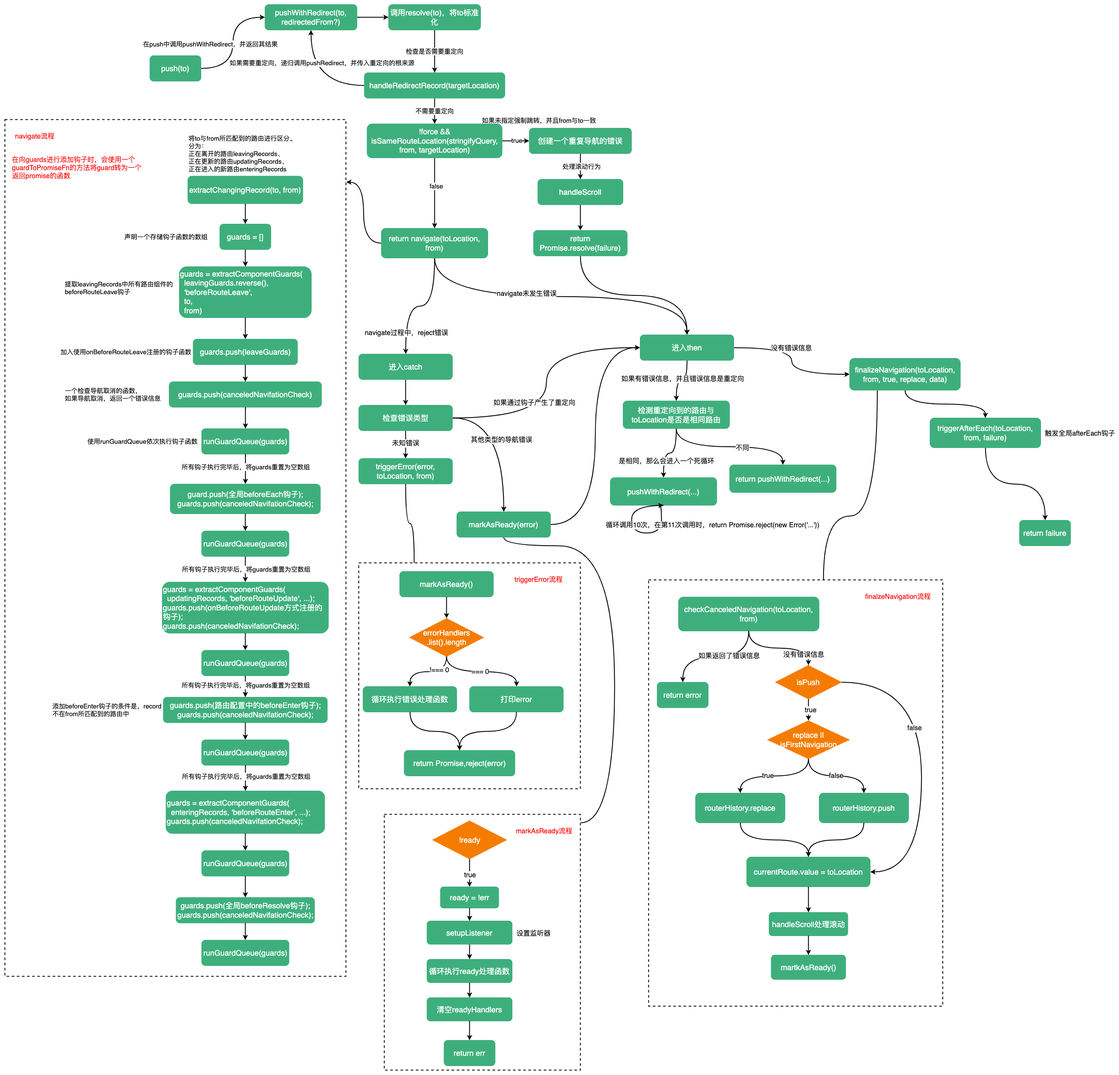
This is docs/images/push.png from MAXLZ1/blog, a draw.io export, as it was before one commit. Source tidied: cells renumbered, new cells last; positions are measured from the earlier drawing's top-left corner, leaving out a move shared by most shapes.
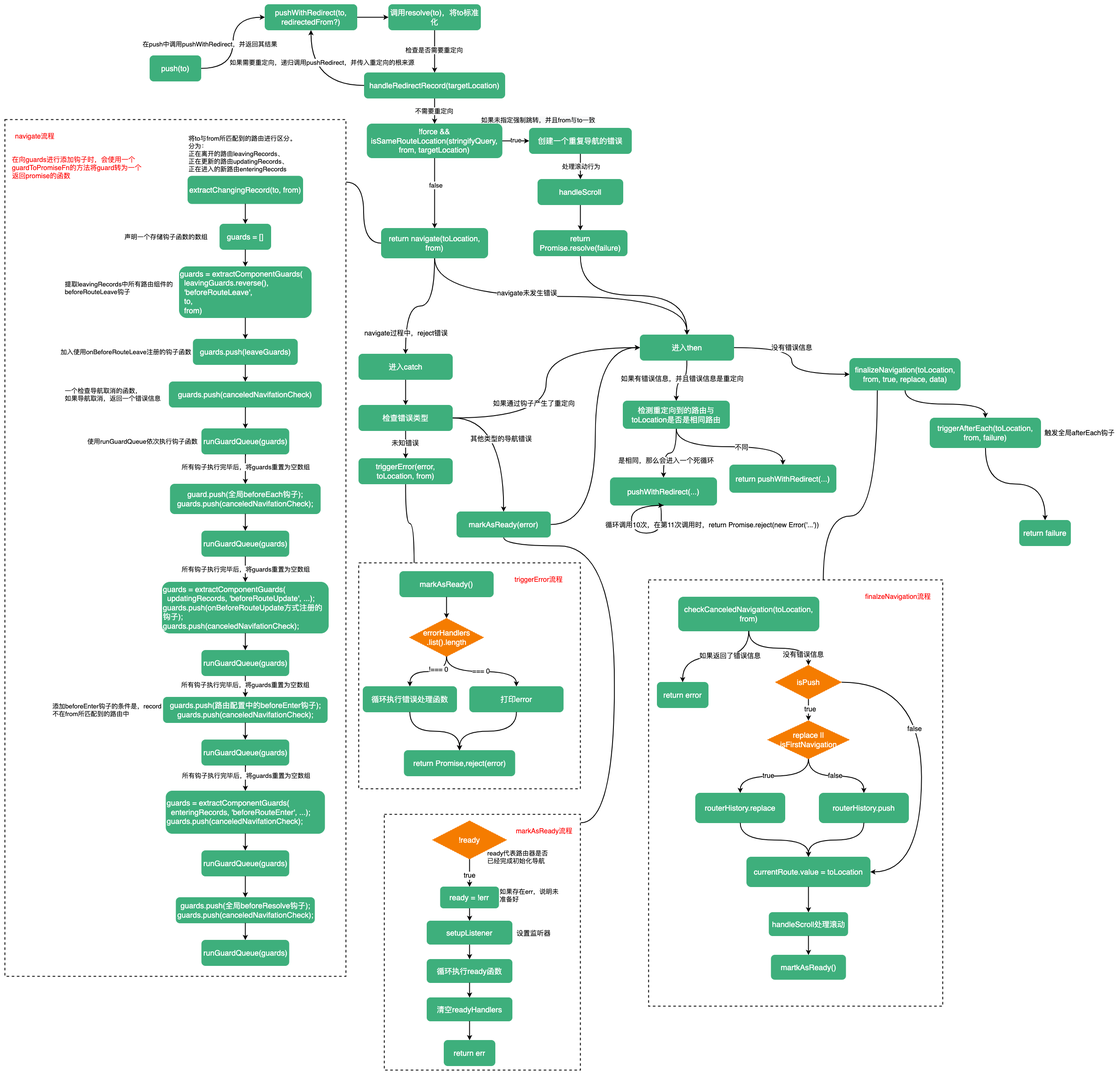
After the commit.

Diff of the diagram source:
```diff
@@ -84,7 +84,7 @@
     <mxCell id="27" value="return Promise.resolve(failure)" style="whiteSpace=wrap;html=1;fontSize=18;fillColor=#3EAF7C;strokeColor=#3EAF7C;fontColor=#FFFFFF;rounded=1;sketch=0;glass=0;" parent="1" vertex="1">
       <mxGeometry x="1240" y="530" width="220" height="60" as="geometry" />
     </mxCell>
-    <mxCell id="28" style="edgeStyle=orthogonalEdgeStyle;curved=1;rounded=0;jettySize=auto;html=1;exitX=0;exitY=0.5;exitDx=0;exitDy=0;entryX=1.001;entryY=0.073;entryDx=0;entryDy=0;entryPerimeter=0;fontSize=15;fontColor=#000000;endArrow=classic;endFill=1;strokeWidth=2;" parent="1" edge="1" source="33" target="54">
+    <mxCell id="28" style="edgeStyle=orthogonalEdgeStyle;curved=1;rounded=0;jettySize=auto;html=1;exitX=0;exitY=0.5;exitDx=0;exitDy=0;entryX=1.001;entryY=0.073;entryDx=0;entryDy=0;entryPerimeter=0;fontSize=15;fontColor=#000000;endArrow=none;endFill=0;strokeWidth=2;" parent="1" edge="1" source="33" target="54">
       <mxGeometry relative="1" as="geometry" />
     </mxCell>
     <mxCell id="29" style="edgeStyle=orthogonalEdgeStyle;curved=1;rounded=0;jettySize=auto;html=1;exitX=0.5;exitY=1;exitDx=0;exitDy=0;fontSize=16;fontColor=#FF0000;endArrow=classic;endFill=1;strokeWidth=2;" parent="1" edge="1" source="33" target="35">
@@ -546,19 +546,13 @@
     <mxCell id="166" style="rounded=0;whiteSpace=wrap;html=1;dashed=1;fontSize=16;fontColor=#000000;strokeWidth=2;fillColor=none;" parent="165" vertex="1">
       <mxGeometry width="460" height="600" as="geometry" />
     </mxCell>
-    <mxCell id="167" value="!ready" style="rhombus;whiteSpace=wrap;html=1;rounded=0;glass=0;sketch=0;strokeColor=#F57C00;fillColor=#F57C00;fontSize=18;fontColor=#FFFFFF;dashed=1;" parent="165" vertex="1">
-      <mxGeometry x="112.5" y="15" width="175" height="90" as="geometry" />
-    </mxCell>
-    <mxCell id="168" value="ready = !err" style="whiteSpace=wrap;html=1;fontSize=18;fillColor=#3EAF7C;strokeColor=#3EAF7C;fontColor=#FFFFFF;rounded=1;sketch=0;glass=0;" parent="165" vertex="1">
-      <mxGeometry x="131.5" y="170" width="137" height="50" as="geometry" />
-    </mxCell>
     <mxCell id="169" style="edgeStyle=orthogonalEdgeStyle;curved=1;rounded=0;jettySize=auto;html=1;exitX=0.5;exitY=1;exitDx=0;exitDy=0;entryX=0.5;entryY=0;entryDx=0;entryDy=0;fontSize=16;fontColor=#000000;endArrow=classic;endFill=1;strokeWidth=2;" parent="165" edge="1" source="167" target="168">
       <mxGeometry relative="1" as="geometry" />
     </mxCell>
     <mxCell id="170" value="true" style="edgeLabel;html=1;align=center;verticalAlign=middle;fontSize=16;fontColor=#000000;" parent="169" vertex="1">
       <mxGeometry x="0.13" y="-1" relative="1" as="geometry" />
     </mxCell>
-    <mxCell id="171" value="循环执行ready处理函数" style="whiteSpace=wrap;html=1;fontSize=18;fillColor=#3EAF7C;strokeColor=#3EAF7C;fontColor=#FFFFFF;rounded=1;sketch=0;glass=0;" parent="165" vertex="1">
+    <mxCell id="171" value="循环执行ready函数" style="whiteSpace=wrap;html=1;fontSize=18;fillColor=#3EAF7C;strokeColor=#3EAF7C;fontColor=#FFFFFF;rounded=1;sketch=0;glass=0;" parent="165" vertex="1">
       <mxGeometry x="100" y="340" width="200" height="55" as="geometry" />
     </mxCell>
     <mxCell id="172" value="清空readyHandlers" style="whiteSpace=wrap;html=1;fontSize=18;fillColor=#3EAF7C;strokeColor=#3EAF7C;fontColor=#FFFFFF;rounded=1;sketch=0;glass=0;" parent="165" vertex="1">
@@ -588,5 +582,23 @@
     <mxCell id="180" value="&lt;font style=&quot;font-size: 16px;&quot; color=&quot;#ff0000&quot;&gt;markAsReady流程&lt;/font&gt;" style="text;html=1;align=center;verticalAlign=middle;strokeColor=none;fillColor=none;fontSize=15;fontColor=#000000;" parent="165" vertex="1">
       <mxGeometry x="300" y="30" width="150" height="20" as="geometry" />
     </mxCell>
+    <mxCell id="181" style="group;" parent="165" vertex="1">
+      <mxGeometry x="131.5" y="170" width="287" height="50" as="geometry" />
+    </mxCell>
+    <mxCell id="168" value="ready = !err" style="whiteSpace=wrap;html=1;fontSize=18;fillColor=#3EAF7C;strokeColor=#3EAF7C;fontColor=#FFFFFF;rounded=1;sketch=0;glass=0;" parent="181" vertex="1">
+      <mxGeometry width="137" height="50" as="geometry" />
+    </mxCell>
+    <mxCell id="182" value="&lt;span style=&quot;font-size: 15px;&quot;&gt;如果存在err，说明未&lt;br&gt;准备好&lt;/span&gt;" style="text;html=1;align=left;verticalAlign=middle;strokeColor=none;fillColor=none;" parent="181" vertex="1">
+      <mxGeometry x="137" width="150" height="40" as="geometry" />
+    </mxCell>
+    <mxCell id="183" style="group;" parent="165" vertex="1">
+      <mxGeometry x="112.5" y="15" width="287.5" height="105" as="geometry" />
+    </mxCell>
+    <mxCell id="167" value="!ready" style="rhombus;whiteSpace=wrap;html=1;rounded=0;glass=0;sketch=0;strokeColor=#F57C00;fillColor=#F57C00;fontSize=18;fontColor=#FFFFFF;dashed=1;" parent="183" vertex="1">
+      <mxGeometry width="175" height="90" as="geometry" />
+    </mxCell>
+    <mxCell id="184" value="&lt;font style=&quot;font-size: 15px;&quot;&gt;ready代表路由器是否&lt;br&gt;已经完成初始化导航&lt;/font&gt;" style="text;html=1;align=left;verticalAlign=middle;strokeColor=none;fillColor=none;" parent="183" vertex="1">
+      <mxGeometry x="127.5" y="65" width="160" height="40" as="geometry" />
+    </mxCell>
   </root>
 </mxGraphModel>
```
